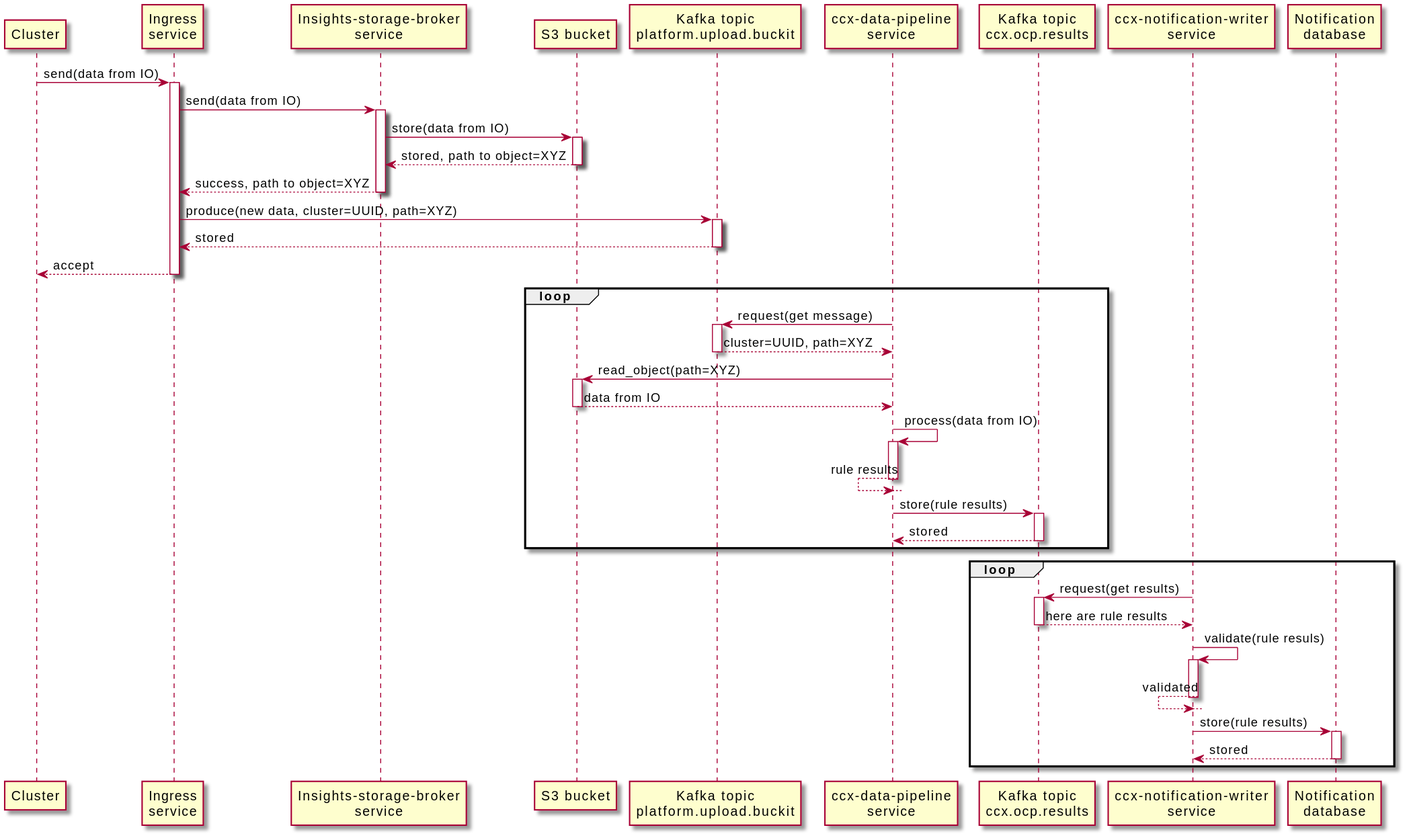
Earlier version of the PlantUML export docs/images/sequence_diagram.svg (RedHatInsights/ccx-notification-writer). The source it was exported from:
```plantuml
@startuml
participant Cluster
participant "Ingress\nservice"
participant "Insights-storage-broker\nservice"
participant "S3 bucket"
participant "Kafka topic\nplatform.upload.buckit"
participant "ccx-data-pipeline\nservice"
participant "Kafka topic\nccx.ocp.results"
participant "ccx-notification-writer\nservice"
participant "Notification\ndatabase"

Cluster -> "Ingress\nservice" : send(data from IO)
activate "Ingress\nservice"
"Ingress\nservice" -> "Insights-storage-broker\nservice" : send(data from IO)
activate "Insights-storage-broker\nservice"
"Insights-storage-broker\nservice" -> "S3 bucket" : store(data from IO)
activate "S3 bucket"
"Insights-storage-broker\nservice" <-- "S3 bucket": stored, path to object=XYZ
deactivate "S3 bucket"
"Ingress\nservice" <-- "Insights-storage-broker\nservice": success, path to object=XYZ
deactivate "Insights-storage-broker\nservice"
"Ingress\nservice" -> "Kafka topic\nplatform.upload.buckit" : produce(new data, cluster=UUID, path=XYZ)
activate "Kafka topic\nplatform.upload.buckit"
"Ingress\nservice" <-- "Kafka topic\nplatform.upload.buckit": stored
deactivate "Kafka topic\nplatform.upload.buckit"
Cluster <-- "Ingress\nservice": accept
deactivate "Ingress\nservice"
loop
"ccx-data-pipeline\nservice" -> "Kafka topic\nplatform.upload.buckit" : request(get message)
activate "Kafka topic\nplatform.upload.buckit"
"ccx-data-pipeline\nservice" <-- "Kafka topic\nplatform.upload.buckit": cluster=UUID, path=XYZ
deactivate "Kafka topic\nplatform.upload.buckit"
"ccx-data-pipeline\nservice" -> "S3 bucket" : read_object(path=XYZ)
activate "S3 bucket"
"ccx-data-pipeline\nservice" <-- "S3 bucket": data from IO
deactivate "S3 bucket"
"ccx-data-pipeline\nservice" -> "ccx-data-pipeline\nservice" : process(data from IO)
activate "ccx-data-pipeline\nservice"
"ccx-data-pipeline\nservice" <-- "ccx-data-pipeline\nservice": rule results
deactivate "ccx-data-pipeline\nservice"
"ccx-data-pipeline\nservice" -> "Kafka topic\nccx.ocp.results" : store(rule results)
activate "Kafka topic\nccx.ocp.results"
"ccx-data-pipeline\nservice" <-- "Kafka topic\nccx.ocp.results": stored
deactivate "Kafka topic\nccx.ocp.results"
end
loop
"ccx-notification-writer\nservice" -> "Kafka topic\nccx.ocp.results" : request(get results)
activate "Kafka topic\nccx.ocp.results"
"ccx-notification-writer\nservice" <-- "Kafka topic\nccx.ocp.results": here are rule results
deactivate "Kafka topic\nccx.ocp.results"
"ccx-notification-writer\nservice" -> "ccx-notification-writer\nservice" : validate(rule resuls)
activate "ccx-notification-writer\nservice"
"ccx-notification-writer\nservice" <-- "ccx-notification-writer\nservice": validated
deactivate "ccx-notification-writer\nservice"
"ccx-notification-writer\nservice" -> "Notification\ndatabase" : store(rule results)
activate "Notification\ndatabase"
"ccx-notification-writer\nservice" <-- "Notification\ndatabase": stored
deactivate "Notification\ndatabase"
end
@enduml
```
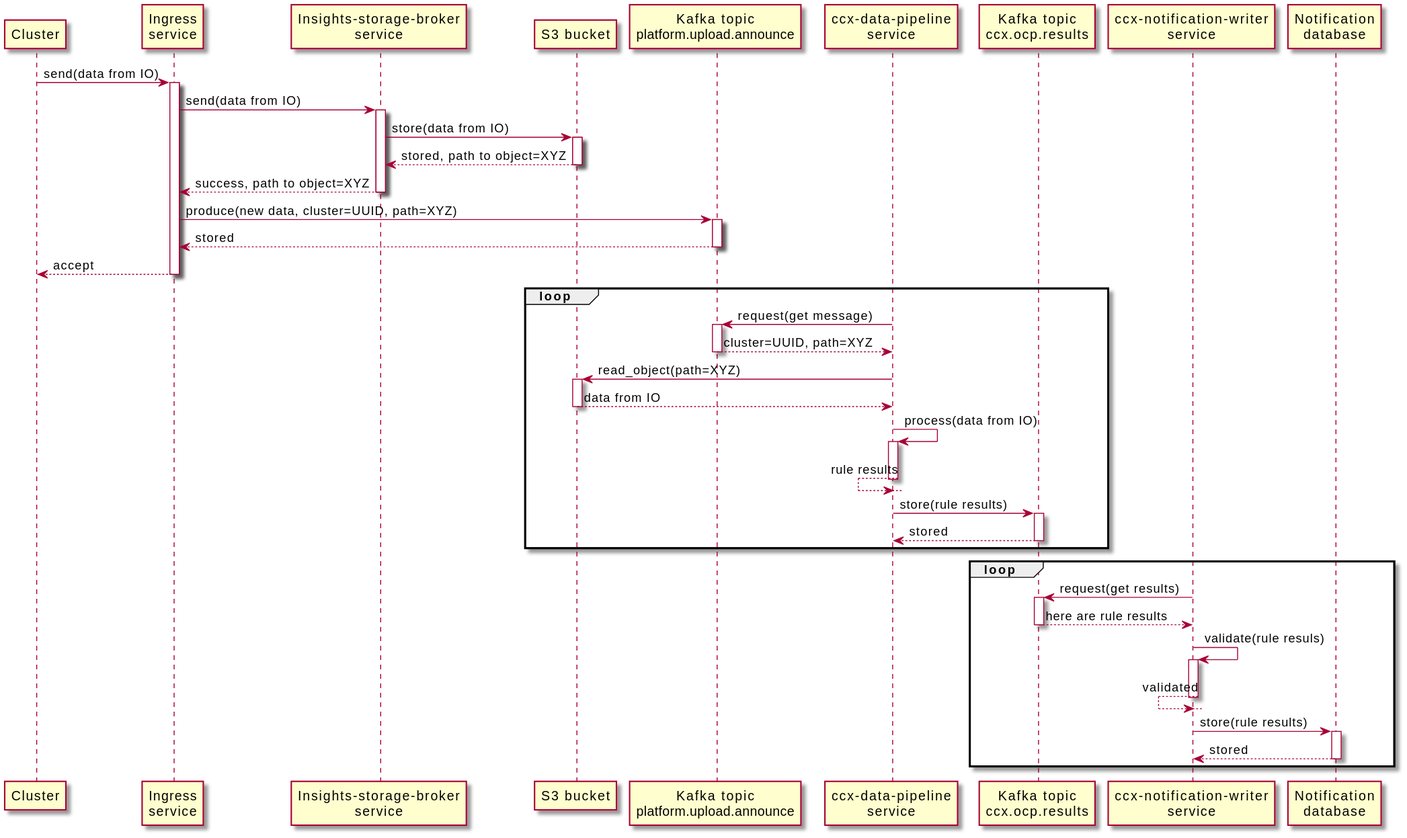
Above is the later version.

The edit, as a diff of the source:
```diff
@@ -3,7 +3,7 @@
 participant "Ingress\nservice"
 participant "Insights-storage-broker\nservice"
 participant "S3 bucket"
-participant "Kafka topic\nplatform.upload.buckit"
+participant "Kafka topic\nplatform.upload.announce"
 participant "ccx-data-pipeline\nservice"
 participant "Kafka topic\nccx.ocp.results"
 participant "ccx-notification-writer\nservice"
@@ -19,17 +19,17 @@
 deactivate "S3 bucket"
 "Ingress\nservice" <-- "Insights-storage-broker\nservice": success, path to object=XYZ
 deactivate "Insights-storage-broker\nservice"
-"Ingress\nservice" -> "Kafka topic\nplatform.upload.buckit" : produce(new data, cluster=UUID, path=XYZ)
-activate "Kafka topic\nplatform.upload.buckit"
-"Ingress\nservice" <-- "Kafka topic\nplatform.upload.buckit": stored
-deactivate "Kafka topic\nplatform.upload.buckit"
+"Ingress\nservice" -> "Kafka topic\nplatform.upload.announce" : produce(new data, cluster=UUID, path=XYZ)
+activate "Kafka topic\nplatform.upload.announce"
+"Ingress\nservice" <-- "Kafka topic\nplatform.upload.announce": stored
+deactivate "Kafka topic\nplatform.upload.announce"
 Cluster <-- "Ingress\nservice": accept
 deactivate "Ingress\nservice"
 loop
-"ccx-data-pipeline\nservice" -> "Kafka topic\nplatform.upload.buckit" : request(get message)
-activate "Kafka topic\nplatform.upload.buckit"
-"ccx-data-pipeline\nservice" <-- "Kafka topic\nplatform.upload.buckit": cluster=UUID, path=XYZ
-deactivate "Kafka topic\nplatform.upload.buckit"
+"ccx-data-pipeline\nservice" -> "Kafka topic\nplatform.upload.announce" : request(get message)
+activate "Kafka topic\nplatform.upload.announce"
+"ccx-data-pipeline\nservice" <-- "Kafka topic\nplatform.upload.announce": cluster=UUID, path=XYZ
+deactivate "Kafka topic\nplatform.upload.announce"
 "ccx-data-pipeline\nservice" -> "S3 bucket" : read_object(path=XYZ)
 activate "S3 bucket"
 "ccx-data-pipeline\nservice" <-- "S3 bucket": data from IO
```
